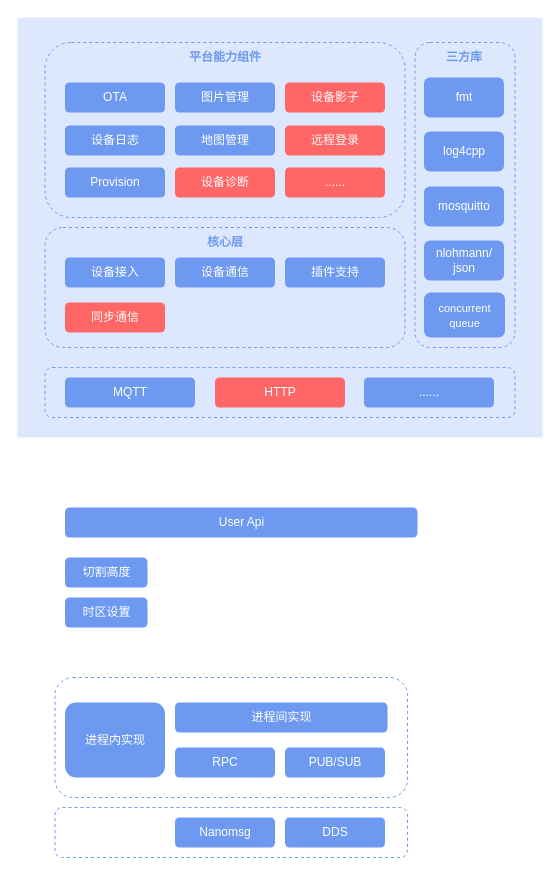
The draw.io diagram 割草机进程间通信.drawio in xunzhaoxusanduo/1-drawio, before the edit. Source tidied: cells renumbered, new cells numbered last; positions are measured from the earlier drawing's top-left corner, leaving out a move shared by most shapes. Both pictures are drawn from the tidied source at 100%, with x=0, y=0 at pixel (17, 17).
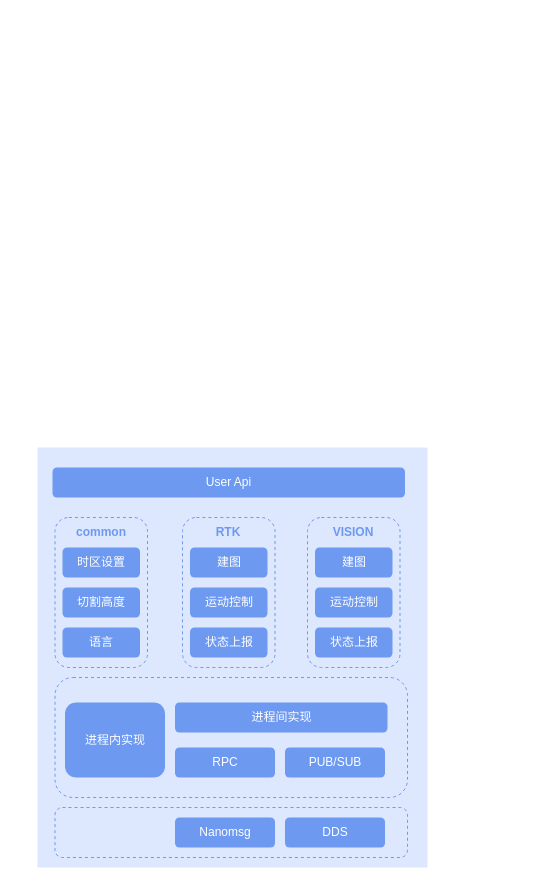
Above is the later version.

Commit message (it also covers changes not shown here):
更新割草机进程间通信.drawio

What changed in the source:
```diff
@@
-    <mxCell id="2" style="rounded=0;whiteSpace=wrap;html=1;fillColor=#dde7fd;strokeColor=none;glass=0;shadow=0;" parent="1" vertex="1">
-      <mxGeometry width="525" height="420" as="geometry" />
-    </mxCell>
-    <mxCell id="3" value="MQTT" style="rounded=1;whiteSpace=wrap;html=1;strokeColor=none;fillColor=#6d99f1;fontColor=#ffffff;" parent="1" vertex="1">
-      <mxGeometry x="47.5" y="360" width="130" height="30" as="geometry" />
-    </mxCell>
-    <mxCell id="4" value="HTTP" style="rounded=1;whiteSpace=wrap;html=1;strokeColor=none;fillColor=#FF6666;fontColor=#ffffff;" parent="1" vertex="1">
-      <mxGeometry x="197.5" y="360" width="130" height="30" as="geometry" />
-    </mxCell>
-    <mxCell id="5" style="rounded=1;whiteSpace=wrap;html=1;fillColor=none;dashed=1;strokeColor=#6d99f1;" parent="1" vertex="1">
-      <mxGeometry x="27.5" y="210" width="360" height="120" as="geometry" />
-    </mxCell>
-    <mxCell id="6" value="核心层" style="text;html=1;strokeColor=none;fillColor=none;align=center;verticalAlign=middle;whiteSpace=wrap;rounded=0;fontColor=#6d99f1;fontStyle=1;" parent="1" vertex="1">
-      <mxGeometry x="172.5" y="210" width="70" height="30" as="geometry" />
-    </mxCell>
-    <mxCell id="7" style="rounded=1;whiteSpace=wrap;html=1;fillColor=none;dashed=1;strokeColor=#6d99f1;" parent="1" vertex="1">
-      <mxGeometry x="27.5" y="25" width="360" height="175" as="geometry" />
-    </mxCell>
-    <mxCell id="8" value="平台能力组件" style="text;html=1;strokeColor=none;fillColor=none;align=center;verticalAlign=middle;whiteSpace=wrap;rounded=0;fontColor=#6d99f1;fontStyle=1;" parent="1" vertex="1">
-      <mxGeometry x="167.5" y="25" width="80" height="30" as="geometry" />
-    </mxCell>
-    <mxCell id="9" value="设备日志" style="rounded=1;whiteSpace=wrap;html=1;strokeColor=none;fillColor=#6d99f1;fontColor=#ffffff;" parent="1" vertex="1">
-      <mxGeometry x="47.5" y="108" width="100" height="30" as="geometry" />
-    </mxCell>
-    <mxCell id="10" value="OTA" style="rounded=1;whiteSpace=wrap;html=1;strokeColor=none;fillColor=#6d99f1;fontColor=#ffffff;" parent="1" vertex="1">
-      <mxGeometry x="47.5" y="65" width="100" height="30" as="geometry" />
-    </mxCell>
-    <mxCell id="11" value="设备影子" style="rounded=1;whiteSpace=wrap;html=1;strokeColor=none;fillColor=#FF6666;fontColor=#ffffff;" parent="1" vertex="1">
-      <mxGeometry x="267.5" y="65" width="100" height="30" as="geometry" />
-    </mxCell>
-    <mxCell id="12" value="远程登录" style="rounded=1;whiteSpace=wrap;html=1;strokeColor=none;fillColor=#FF6666;fontColor=#ffffff;" parent="1" vertex="1">
-      <mxGeometry x="267.5" y="108" width="100" height="30" as="geometry" />
-    </mxCell>
-    <mxCell id="13" value="设备诊断" style="rounded=1;whiteSpace=wrap;html=1;strokeColor=none;fillColor=#FF6666;fontColor=#ffffff;" parent="1" vertex="1">
-      <mxGeometry x="157.5" y="150" width="100" height="30" as="geometry" />
-    </mxCell>
-    <mxCell id="14" value="图片管理" style="rounded=1;whiteSpace=wrap;html=1;strokeColor=none;fillColor=#6d99f1;fontColor=#ffffff;" parent="1" vertex="1">
-      <mxGeometry x="157.5" y="65" width="100" height="30" as="geometry" />
-    </mxCell>
-    <mxCell id="15" value="地图管理" style="rounded=1;whiteSpace=wrap;html=1;strokeColor=none;fillColor=#6d99f1;fontColor=#ffffff;" parent="1" vertex="1">
-      <mxGeometry x="157.5" y="108" width="100" height="30" as="geometry" />
-    </mxCell>
-    <mxCell id="16" value="设备接入" style="rounded=1;whiteSpace=wrap;html=1;strokeColor=none;fillColor=#6d99f1;fontColor=#ffffff;" parent="1" vertex="1">
-      <mxGeometry x="47.5" y="240" width="100" height="30" as="geometry" />
-    </mxCell>
-    <mxCell id="17" value="设备通信" style="rounded=1;whiteSpace=wrap;html=1;strokeColor=none;fillColor=#6d99f1;fontColor=#ffffff;" parent="1" vertex="1">
-      <mxGeometry x="157.5" y="240" width="100" height="30" as="geometry" />
-    </mxCell>
-    <mxCell id="18" value="插件支持" style="rounded=1;whiteSpace=wrap;html=1;strokeColor=none;fillColor=#6d99f1;fontColor=#ffffff;" parent="1" vertex="1">
-      <mxGeometry x="267.5" y="240" width="100" height="30" as="geometry" />
-    </mxCell>
-    <mxCell id="19" value="......" style="rounded=1;whiteSpace=wrap;html=1;strokeColor=none;fillColor=#FF6666;fontColor=#ffffff;" parent="1" vertex="1">
-      <mxGeometry x="267.5" y="150" width="100" height="30" as="geometry" />
-    </mxCell>
-    <mxCell id="20" style="rounded=1;whiteSpace=wrap;html=1;fillColor=none;dashed=1;strokeColor=#6d99f1;" parent="1" vertex="1">
-      <mxGeometry x="397.5" y="25" width="100" height="305" as="geometry" />
-    </mxCell>
-    <mxCell id="21" value="三方库" style="text;html=1;strokeColor=none;fillColor=none;align=center;verticalAlign=middle;whiteSpace=wrap;rounded=0;fontColor=#6d99f1;fontStyle=1;" parent="1" vertex="1">
-      <mxGeometry x="406.5" y="25" width="80" height="30" as="geometry" />
-    </mxCell>
-    <mxCell id="22" value="fmt" style="rounded=1;whiteSpace=wrap;html=1;strokeColor=none;fillColor=#6d99f1;fontColor=#ffffff;" parent="1" vertex="1">
-      <mxGeometry x="406.5" y="60" width="80" height="40" as="geometry" />
-    </mxCell>
-    <mxCell id="23" value="Provision" style="rounded=1;whiteSpace=wrap;html=1;strokeColor=none;fillColor=#6d99f1;fontColor=#ffffff;" parent="1" vertex="1">
-      <mxGeometry x="47.5" y="150" width="100" height="30" as="geometry" />
-    </mxCell>
-    <mxCell id="24" value="同步通信" style="rounded=1;whiteSpace=wrap;html=1;strokeColor=none;fillColor=#FF6666;fontColor=#ffffff;" parent="1" vertex="1">
-      <mxGeometry x="47.5" y="285" width="100" height="30" as="geometry" />
-    </mxCell>
-    <mxCell id="25" style="rounded=1;whiteSpace=wrap;html=1;fillColor=none;dashed=1;strokeColor=#6d99f1;" parent="1" vertex="1">
-      <mxGeometry x="27.5" y="350" width="470" height="50" as="geometry" />
-    </mxCell>
-    <mxCell id="26" value="log4cpp" style="rounded=1;whiteSpace=wrap;html=1;strokeColor=none;fillColor=#6d99f1;fontColor=#ffffff;" parent="1" vertex="1">
-      <mxGeometry x="406.5" y="114" width="80" height="40" as="geometry" />
-    </mxCell>
-    <mxCell id="27" value="mosquitto" style="rounded=1;whiteSpace=wrap;html=1;strokeColor=none;fillColor=#6d99f1;fontColor=#ffffff;" parent="1" vertex="1">
-      <mxGeometry x="406.5" y="169" width="80" height="40" as="geometry" />
-    </mxCell>
-    <mxCell id="28" value="......" style="rounded=1;whiteSpace=wrap;html=1;strokeColor=none;fillColor=#6d99f1;fontColor=#ffffff;" parent="1" vertex="1">
-      <mxGeometry x="346.5" y="360" width="130" height="30" as="geometry" />
-    </mxCell>
-    <mxCell id="29" value="nlohmann/&lt;br&gt;json" style="rounded=1;whiteSpace=wrap;html=1;strokeColor=none;fillColor=#6d99f1;fontColor=#ffffff;" parent="1" vertex="1">
-      <mxGeometry x="406.5" y="223" width="80" height="40" as="geometry" />
-    </mxCell>
-    <mxCell id="30" value="&lt;font style=&quot;font-size: 11px;&quot;&gt;concurrent&lt;br&gt;queue&lt;/font&gt;" style="rounded=1;whiteSpace=wrap;html=1;strokeColor=none;fillColor=#6d99f1;fontColor=#ffffff;" parent="1" vertex="1">
-      <mxGeometry x="406.5" y="275" width="81" height="45" as="geometry" />
-    </mxCell>
-    <mxCell id="31" value="切割高度" style="rounded=1;whiteSpace=wrap;html=1;strokeColor=none;fillColor=#6d99f1;fontColor=#ffffff;" parent="1" vertex="1">
-      <mxGeometry x="47.5" y="540" width="82.5" height="30" as="geometry" />
-    </mxCell>
+    <mxCell id="42" style="rounded=0;whiteSpace=wrap;html=1;fillColor=#dde7fd;strokeColor=none;glass=0;shadow=0;" parent="1" vertex="1">
+      <mxGeometry x="20" y="430" width="390" height="420" as="geometry" />
+    </mxCell>
+    <mxCell id="43" style="rounded=1;whiteSpace=wrap;html=1;fillColor=none;dashed=1;strokeColor=#6d99f1;" parent="1" vertex="1">
+      <mxGeometry x="37.5" y="500" width="92.5" height="150" as="geometry" />
+    </mxCell>
     <mxCell id="32" value="时区设置" style="rounded=1;whiteSpace=wrap;html=1;strokeColor=none;fillColor=#6d99f1;fontColor=#ffffff;" parent="1" vertex="1">
-      <mxGeometry x="47.5" y="580" width="82.5" height="30" as="geometry" />
+      <mxGeometry x="45" y="530" width="77.5" height="30" as="geometry" />
     </mxCell>
@@
     <mxCell id="41" value="User Api" style="rounded=1;whiteSpace=wrap;html=1;strokeColor=none;fillColor=#6d99f1;fontColor=#ffffff;" parent="1" vertex="1">
-      <mxGeometry x="47.5" y="490" width="352.5" height="30" as="geometry" />
+      <mxGeometry x="35" y="450" width="352.5" height="30" as="geometry" />
     </mxCell>
+    <mxCell id="44" value="common" style="text;html=1;strokeColor=none;fillColor=none;align=center;verticalAlign=middle;whiteSpace=wrap;rounded=0;fontColor=#6d99f1;fontStyle=1;" parent="1" vertex="1">
+      <mxGeometry x="48.8" y="500" width="70" height="30" as="geometry" />
+    </mxCell>
+    <mxCell id="31" value="切割高度" style="rounded=1;whiteSpace=wrap;html=1;strokeColor=none;fillColor=#6d99f1;fontColor=#ffffff;" parent="1" vertex="1">
+      <mxGeometry x="45" y="570" width="77.5" height="30" as="geometry" />
+    </mxCell>
+    <mxCell id="45" value="语言" style="rounded=1;whiteSpace=wrap;html=1;strokeColor=none;fillColor=#6d99f1;fontColor=#ffffff;" parent="1" vertex="1">
+      <mxGeometry x="45" y="610" width="77.5" height="30" as="geometry" />
+    </mxCell>
+    <mxCell id="46" style="rounded=1;whiteSpace=wrap;html=1;fillColor=none;dashed=1;strokeColor=#6d99f1;" parent="1" vertex="1">
+      <mxGeometry x="165" y="500" width="92.5" height="150" as="geometry" />
+    </mxCell>
+    <mxCell id="47" value="建图" style="rounded=1;whiteSpace=wrap;html=1;strokeColor=none;fillColor=#6d99f1;fontColor=#ffffff;" parent="1" vertex="1">
+      <mxGeometry x="172.5" y="530" width="77.5" height="30" as="geometry" />
+    </mxCell>
+    <mxCell id="48" value="RTK" style="text;html=1;strokeColor=none;fillColor=none;align=center;verticalAlign=middle;whiteSpace=wrap;rounded=0;fontColor=#6d99f1;fontStyle=1;" parent="1" vertex="1">
+      <mxGeometry x="176.2" y="500" width="70" height="30" as="geometry" />
+    </mxCell>
+    <mxCell id="49" value="运动控制" style="rounded=1;whiteSpace=wrap;html=1;strokeColor=none;fillColor=#6d99f1;fontColor=#ffffff;" parent="1" vertex="1">
+      <mxGeometry x="172.5" y="570" width="77.5" height="30" as="geometry" />
+    </mxCell>
+    <mxCell id="50" value="状态上报" style="rounded=1;whiteSpace=wrap;html=1;strokeColor=none;fillColor=#6d99f1;fontColor=#ffffff;" parent="1" vertex="1">
+      <mxGeometry x="172.5" y="610" width="77.5" height="30" as="geometry" />
+    </mxCell>
+    <mxCell id="51" style="rounded=1;whiteSpace=wrap;html=1;fillColor=none;dashed=1;strokeColor=#6d99f1;" parent="1" vertex="1">
+      <mxGeometry x="290" y="500" width="92.5" height="150" as="geometry" />
+    </mxCell>
+    <mxCell id="52" value="建图" style="rounded=1;whiteSpace=wrap;html=1;strokeColor=none;fillColor=#6d99f1;fontColor=#ffffff;" parent="1" vertex="1">
+      <mxGeometry x="297.5" y="530" width="77.5" height="30" as="geometry" />
+    </mxCell>
+    <mxCell id="53" value="VISION" style="text;html=1;strokeColor=none;fillColor=none;align=center;verticalAlign=middle;whiteSpace=wrap;rounded=0;fontColor=#6d99f1;fontStyle=1;" parent="1" vertex="1">
+      <mxGeometry x="301.2" y="500" width="70" height="30" as="geometry" />
+    </mxCell>
+    <mxCell id="54" value="运动控制" style="rounded=1;whiteSpace=wrap;html=1;strokeColor=none;fillColor=#6d99f1;fontColor=#ffffff;" parent="1" vertex="1">
+      <mxGeometry x="297.5" y="570" width="77.5" height="30" as="geometry" />
+    </mxCell>
+    <mxCell id="55" value="状态上报" style="rounded=1;whiteSpace=wrap;html=1;strokeColor=none;fillColor=#6d99f1;fontColor=#ffffff;" parent="1" vertex="1">
+      <mxGeometry x="297.5" y="610" width="77.5" height="30" as="geometry" />
+    </mxCell>
```
